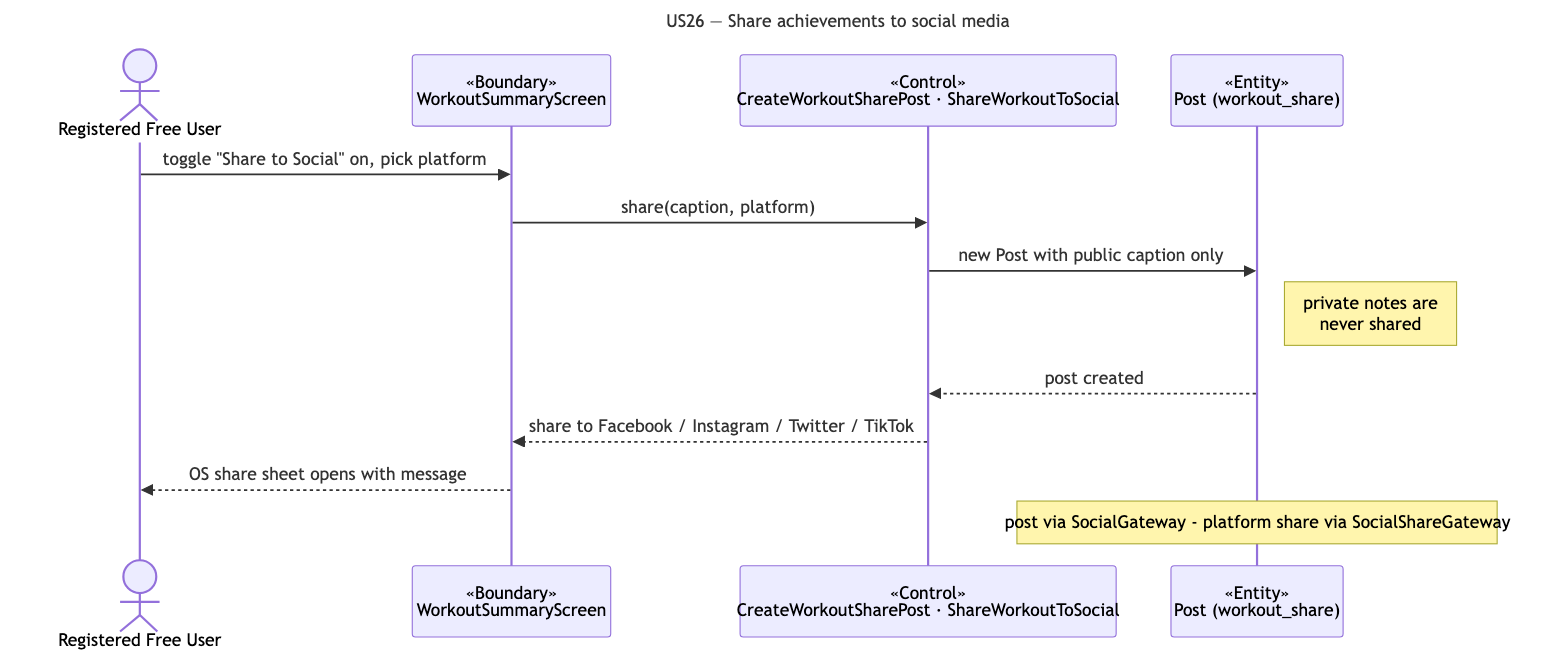
Earlier version of the Mermaid export docs/deliverables/sequence-diagrams/US26-share-achievements.png (cyuanjun/FYP-26-S2-37-app). Its source is kept beside it as docs/deliverables/sequence-diagrams/src/US26-share-achievements.mmd.
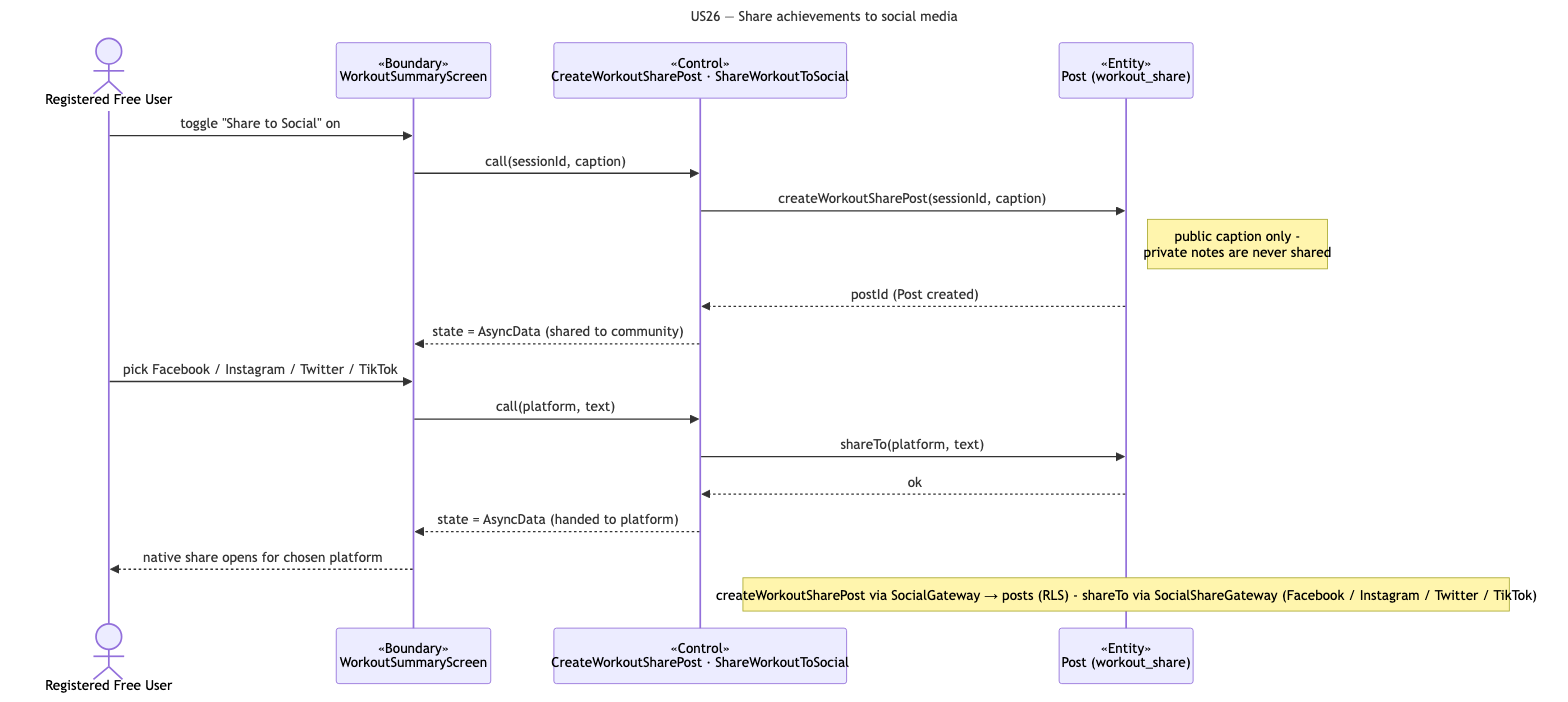
After the change.

What changed in the source:
```diff
@@ -6,11 +6,16 @@
   participant B as «Boundary»<br/>WorkoutSummaryScreen
   participant C as «Control»<br/>CreateWorkoutSharePost · ShareWorkoutToSocial
   participant E as «Entity»<br/>Post (workout_share)
-  A->>B: toggle "Share to Social" on, pick platform
-  B->>C: share(caption, platform)
-  C->>E: new Post with public caption only
-  note right of E: private notes are<br/>never shared
-  E-->>C: post created
-  C-->>B: share to Facebook / Instagram / Twitter / TikTok
-  B-->>A: OS share sheet opens with message
-  note over E: post via SocialGateway - platform share via SocialShareGateway
+  A->>B: toggle "Share to Social" on
+  B->>C: call(sessionId, caption)
+  C->>E: createWorkoutSharePost(sessionId, caption)
+  note right of E: public caption only -<br/>private notes are never shared
+  E-->>C: postId (Post created)
+  C-->>B: state = AsyncData (shared to community)
+  A->>B: pick Facebook / Instagram / Twitter / TikTok
+  B->>C: call(platform, text)
+  C->>E: shareTo(platform, text)
+  E-->>C: ok
+  C-->>B: state = AsyncData (handed to platform)
+  B-->>A: native share opens for chosen platform
+  note over E: createWorkoutSharePost via SocialGateway → posts (RLS) - shareTo via SocialShareGateway (Facebook / Instagram / Twitter / TikTok)
```
